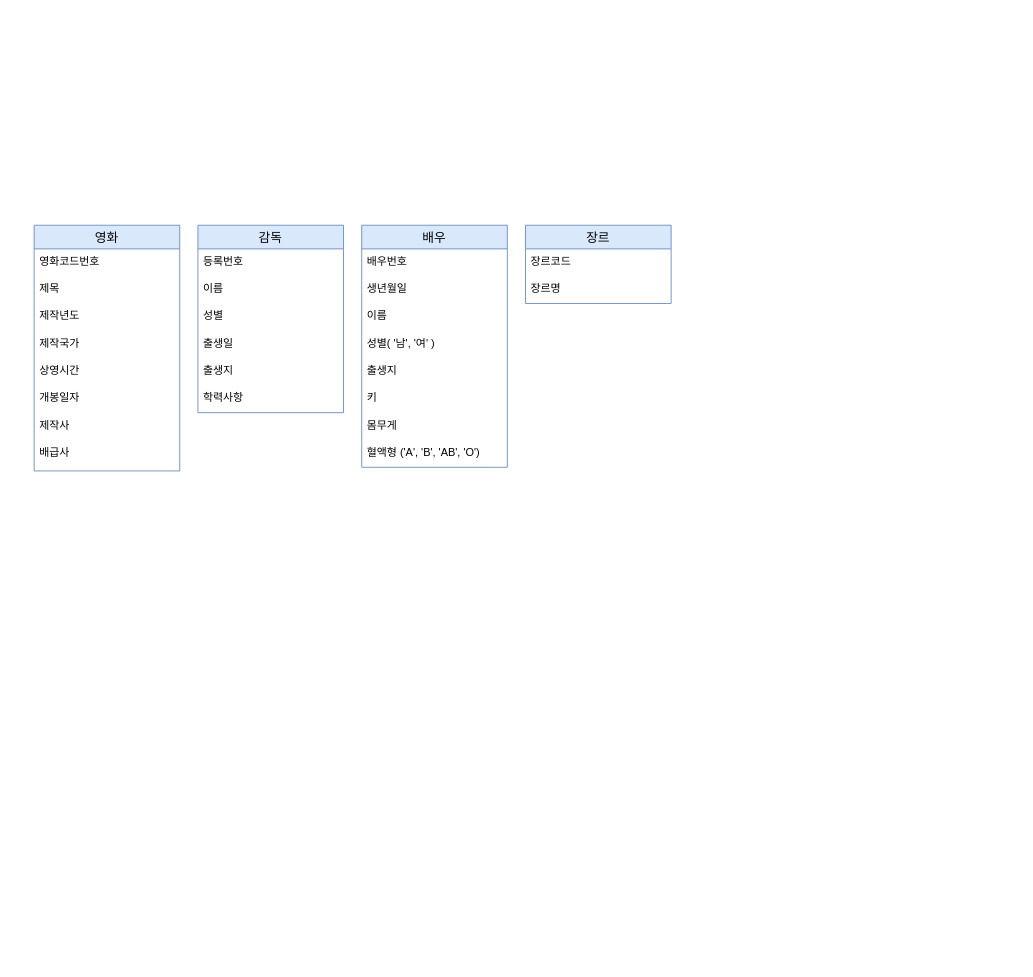
Above: Database/DB system Course/ER Diagram.drawio in Deanioche/TIL (draw.io), before the change. Source tidied: cells renumbered, new cells numbered last; positions are measured from the earlier drawing's top-left corner, leaving out a move shared by most shapes. Both pictures are drawn from the tidied source at 91%, with x=0, y=0 at pixel (34, 225).
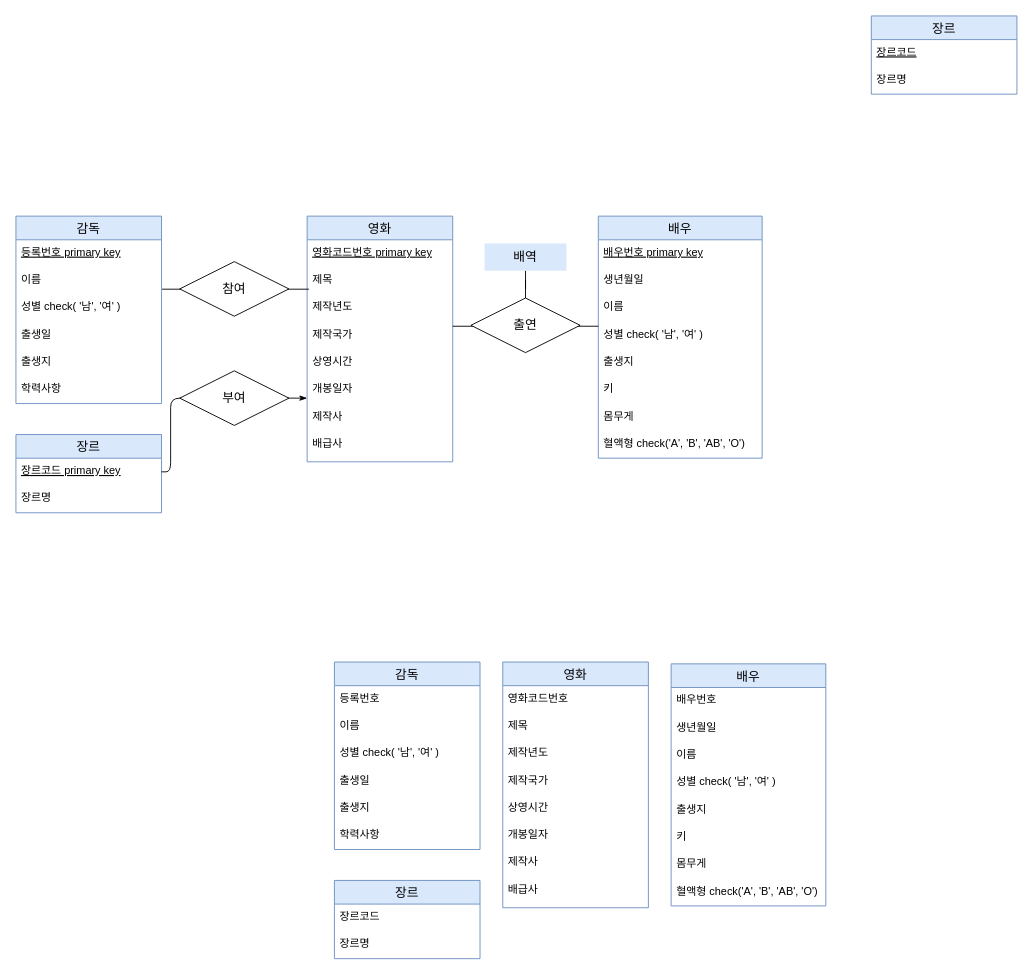
The same page after the edit.

The change refers to these unchanged cells:
```xml
<mxCell id="4" value="제목" style="text;strokeColor=none;fillColor=none;spacingLeft=4;spacingRight=4;overflow=hidden;points=[[0,0.5],[1,0.5]];portConstraint=eastwest;fontSize=12;" parent="2" vertex="1">
  <mxGeometry y="56" width="160" height="30" as="geometry" />
</mxCell>
<mxCell id="13" value="이름" style="text;strokeColor=none;fillColor=none;spacingLeft=4;spacingRight=4;overflow=hidden;points=[[0,0.5],[1,0.5]];portConstraint=eastwest;fontSize=12;" parent="11" vertex="1">
  <mxGeometry y="56" width="160" height="30" as="geometry" />
</mxCell>
```

Change to the diagram source:
```diff
@@
     <mxCell id="2" value="영화" style="swimlane;fontStyle=0;horizontal=1;startSize=26;align=center;fontSize=14;swimlaneLine=1;sketch=0;fillColor=#dae8fc;strokeColor=#6c8ebf;strokeWidth=1;perimeterSpacing=0;swimlaneFillColor=#ffffff;" parent="1" vertex="1">
-      <mxGeometry width="160" height="270" as="geometry" />
+      <mxGeometry x="300" y="-10" width="160" height="270" as="geometry" />
     </mxCell>
-    <mxCell id="3" value="영화코드번호" style="text;strokeColor=none;fillColor=none;spacingLeft=4;spacingRight=4;overflow=hidden;fontSize=12;" parent="2" vertex="1">
+    <mxCell id="3" value="영화코드번호 primary key" style="text;strokeColor=none;fillColor=none;spacingLeft=4;spacingRight=4;overflow=hidden;fontSize=12;fontStyle=4;" parent="2" vertex="1">
       <mxGeometry y="26" width="160" height="30" as="geometry" />
     </mxCell>
@@
     <mxCell id="11" value="감독" style="swimlane;fontStyle=0;horizontal=1;startSize=26;align=center;fontSize=14;swimlaneLine=1;sketch=0;fillColor=#dae8fc;strokeColor=#6c8ebf;strokeWidth=1;perimeterSpacing=0;swimlaneFillColor=#ffffff;" parent="1" vertex="1">
-      <mxGeometry x="180" width="160" height="206" as="geometry" />
+      <mxGeometry x="-20" y="-10" width="160" height="206" as="geometry" />
     </mxCell>
-    <mxCell id="12" value="등록번호" style="text;strokeColor=none;fillColor=none;spacingLeft=4;spacingRight=4;overflow=hidden;fontSize=12;" parent="11" vertex="1">
+    <mxCell id="12" value="등록번호 primary key" style="text;strokeColor=none;fillColor=none;spacingLeft=4;spacingRight=4;overflow=hidden;fontSize=12;fontStyle=4;" parent="11" vertex="1">
       <mxGeometry y="26" width="160" height="30" as="geometry" />
     </mxCell>
@@
-    <mxCell id="14" value="성별&#10;" style="text;strokeColor=none;fillColor=none;spacingLeft=4;spacingRight=4;overflow=hidden;fontSize=12;" parent="11" vertex="1">
+    <mxCell id="14" value="성별 check( '남', '여' )" style="text;strokeColor=none;fillColor=none;spacingLeft=4;spacingRight=4;overflow=hidden;fontSize=12;" parent="11" vertex="1">
       <mxGeometry y="86" width="160" height="30" as="geometry" />
     </mxCell>
@@
     <mxCell id="18" value="배우" style="swimlane;fontStyle=0;horizontal=1;startSize=26;align=center;fontSize=14;swimlaneLine=1;sketch=0;fillColor=#dae8fc;strokeColor=#6c8ebf;strokeWidth=1;perimeterSpacing=0;swimlaneFillColor=#ffffff;" parent="1" vertex="1">
-      <mxGeometry x="360" width="160" height="266" as="geometry" />
+      <mxGeometry x="620" y="-10" width="180" height="266" as="geometry" />
     </mxCell>
-    <mxCell id="19" value="배우번호" style="text;strokeColor=none;fillColor=none;spacingLeft=4;spacingRight=4;overflow=hidden;fontSize=12;" parent="18" vertex="1">
-      <mxGeometry y="26" width="160" height="30" as="geometry" />
+    <mxCell id="19" value="배우번호 primary key" style="text;strokeColor=none;fillColor=none;spacingLeft=4;spacingRight=4;overflow=hidden;fontSize=12;fontStyle=4;" parent="18" vertex="1">
+      <mxGeometry y="26" width="180" height="30" as="geometry" />
     </mxCell>
     <mxCell id="20" value="생년월일" style="text;strokeColor=none;fillColor=none;spacingLeft=4;spacingRight=4;overflow=hidden;fontSize=12;" parent="18" vertex="1">
-      <mxGeometry y="56" width="160" height="30" as="geometry" />
+      <mxGeometry y="56" width="180" height="30" as="geometry" />
     </mxCell>
     <mxCell id="21" value="이름&#10;" style="text;strokeColor=none;fillColor=none;spacingLeft=4;spacingRight=4;overflow=hidden;fontSize=12;" parent="18" vertex="1">
-      <mxGeometry y="86" width="160" height="30" as="geometry" />
+      <mxGeometry y="86" width="180" height="30" as="geometry" />
     </mxCell>
-    <mxCell id="22" value="성별( '남', '여' )" style="text;strokeColor=none;fillColor=none;spacingLeft=4;spacingRight=4;overflow=hidden;fontSize=12;" parent="18" vertex="1">
-      <mxGeometry y="116" width="160" height="30" as="geometry" />
+    <mxCell id="22" value="성별 check( '남', '여' )" style="text;strokeColor=none;fillColor=none;spacingLeft=4;spacingRight=4;overflow=hidden;fontSize=12;" parent="18" vertex="1">
+      <mxGeometry y="116" width="180" height="30" as="geometry" />
     </mxCell>
     <mxCell id="23" value="출생지&#10;" style="text;strokeColor=none;fillColor=none;spacingLeft=4;spacingRight=4;overflow=hidden;fontSize=12;" parent="18" vertex="1">
-      <mxGeometry y="146" width="160" height="30" as="geometry" />
+      <mxGeometry y="146" width="180" height="30" as="geometry" />
     </mxCell>
     <mxCell id="24" value="키&#10;" style="text;strokeColor=none;fillColor=none;spacingLeft=4;spacingRight=4;overflow=hidden;fontSize=12;" parent="18" vertex="1">
-      <mxGeometry y="176" width="160" height="30" as="geometry" />
+      <mxGeometry y="176" width="180" height="30" as="geometry" />
     </mxCell>
     <mxCell id="25" value="몸무게&#10;" style="text;strokeColor=none;fillColor=none;spacingLeft=4;spacingRight=4;overflow=hidden;fontSize=12;" parent="18" vertex="1">
-      <mxGeometry y="206" width="160" height="30" as="geometry" />
+      <mxGeometry y="206" width="180" height="30" as="geometry" />
     </mxCell>
-    <mxCell id="26" value="혈액형 ('A', 'B', 'AB', 'O')" style="text;strokeColor=none;fillColor=none;spacingLeft=4;spacingRight=4;overflow=hidden;fontSize=12;" parent="18" vertex="1">
-      <mxGeometry y="236" width="160" height="30" as="geometry" />
+    <mxCell id="26" value="혈액형 check('A', 'B', 'AB', 'O')" style="text;strokeColor=none;fillColor=none;spacingLeft=4;spacingRight=4;overflow=hidden;fontSize=12;" parent="18" vertex="1">
+      <mxGeometry y="236" width="180" height="30" as="geometry" />
     </mxCell>
     <mxCell id="27" value="장르" style="swimlane;fontStyle=0;horizontal=1;startSize=26;align=center;fontSize=14;swimlaneLine=1;sketch=0;fillColor=#dae8fc;strokeColor=#6c8ebf;strokeWidth=1;perimeterSpacing=0;swimlaneFillColor=#ffffff;" parent="1" vertex="1">
-      <mxGeometry x="540" width="160" height="86" as="geometry" />
+      <mxGeometry x="920" y="-230" width="160" height="86" as="geometry" />
     </mxCell>
-    <mxCell id="28" value="장르코드" style="text;strokeColor=none;fillColor=none;spacingLeft=4;spacingRight=4;overflow=hidden;fontSize=12;" parent="27" vertex="1">
+    <mxCell id="28" value="장르코드" style="text;strokeColor=none;fillColor=none;spacingLeft=4;spacingRight=4;overflow=hidden;fontSize=12;fontStyle=4;" parent="27" vertex="1">
       <mxGeometry y="26" width="160" height="30" as="geometry" />
     </mxCell>
@@
+    <mxCell id="30" style="endArrow=none;html=1;fontSize=14;startSize=26;exitX=1;exitY=0.5;exitDx=0;exitDy=0;" parent="1" edge="1">
+      <mxGeometry relative="1" as="geometry">
+        <mxPoint x="460" y="111" as="sourcePoint" />
+        <mxPoint x="620" y="111" as="targetPoint" />
+      </mxGeometry>
+    </mxCell>
+    <mxCell id="31" value="출연" style="shape=rhombus;perimeter=rhombusPerimeter;whiteSpace=wrap;html=1;align=center;sketch=0;fontSize=14;startSize=26;strokeWidth=1;" parent="1" vertex="1">
+      <mxGeometry x="480" y="80" width="120" height="60" as="geometry" />
+    </mxCell>
+    <mxCell id="32" style="edgeStyle=orthogonalEdgeStyle;rounded=0;jettySize=auto;html=1;fontSize=14;startSize=26;endArrow=none;endFill=0;" parent="1" edge="1" source="33" target="31">
+      <mxGeometry relative="1" as="geometry" />
+    </mxCell>
+    <mxCell id="33" value="배역" style="rounded=0;whiteSpace=wrap;html=1;sketch=0;fontSize=14;startSize=26;strokeWidth=1;align=center;fillColor=#dae8fc;strokeColor=none;" parent="1" vertex="1">
+      <mxGeometry x="495" y="20" width="90" height="30" as="geometry" />
+    </mxCell>
+    <mxCell id="34" value="장르" style="swimlane;fontStyle=0;horizontal=1;startSize=26;align=center;fontSize=14;swimlaneLine=1;sketch=0;fillColor=#dae8fc;strokeColor=#6c8ebf;strokeWidth=1;perimeterSpacing=0;swimlaneFillColor=#ffffff;" parent="1" vertex="1">
+      <mxGeometry x="-20" y="230" width="160" height="86" as="geometry" />
+    </mxCell>
+    <mxCell id="35" value="장르코드 primary key" style="text;strokeColor=none;fillColor=none;spacingLeft=4;spacingRight=4;overflow=hidden;points=[[0,0.5],[1,0.5]];portConstraint=eastwest;fontSize=12;fontStyle=4;" parent="34" vertex="1">
+      <mxGeometry y="26" width="160" height="30" as="geometry" />
+    </mxCell>
+    <mxCell id="36" value="장르명" style="text;strokeColor=none;fillColor=none;spacingLeft=4;spacingRight=4;overflow=hidden;fontSize=12;" parent="34" vertex="1">
+      <mxGeometry y="56" width="160" height="30" as="geometry" />
+    </mxCell>
+    <mxCell id="37" style="endArrow=none;html=1;fontSize=14;startSize=26;exitX=1.004;exitY=0.81;exitDx=0;exitDy=0;exitPerimeter=0;entryX=0.012;entryY=0.81;entryDx=0;entryDy=0;entryPerimeter=0;" parent="1" edge="1" source="13" target="4">
+      <mxGeometry relative="1" as="geometry" />
+    </mxCell>
+    <mxCell id="38" value="참여" style="shape=rhombus;perimeter=rhombusPerimeter;whiteSpace=wrap;html=1;align=center;sketch=0;fontSize=14;startSize=26;strokeWidth=1;" parent="1" vertex="1">
+      <mxGeometry x="160" y="40" width="120" height="60" as="geometry" />
+    </mxCell>
+    <mxCell id="39" style="endArrow=none;html=1;fontSize=14;startSize=6;entryX=1;entryY=0.5;entryDx=0;entryDy=0;endFill=0;startArrow=classicThin;startFill=1;" parent="1" edge="1" target="35">
+      <mxGeometry relative="1" as="geometry">
+        <mxPoint x="300" y="190" as="sourcePoint" />
+        <Array as="points">
+          <mxPoint x="150" y="190" />
+          <mxPoint x="150" y="271" />
+        </Array>
+      </mxGeometry>
+    </mxCell>
+    <mxCell id="40" value="부여" style="shape=rhombus;perimeter=rhombusPerimeter;whiteSpace=wrap;html=1;align=center;sketch=0;fontSize=14;startSize=26;strokeWidth=1;" parent="1" vertex="1">
+      <mxGeometry x="160" y="160" width="120" height="60" as="geometry" />
+    </mxCell>
+    <mxCell id="41" value="영화" style="swimlane;fontStyle=0;horizontal=1;startSize=26;align=center;fontSize=14;swimlaneLine=1;sketch=0;fillColor=#dae8fc;strokeColor=#6c8ebf;strokeWidth=1;perimeterSpacing=0;swimlaneFillColor=#ffffff;" parent="1" vertex="1">
+      <mxGeometry x="515" y="480" width="160" height="270" as="geometry" />
+    </mxCell>
+    <mxCell id="42" value="영화코드번호" style="text;strokeColor=none;fillColor=none;spacingLeft=4;spacingRight=4;overflow=hidden;fontSize=12;fontStyle=0;" parent="41" vertex="1">
+      <mxGeometry y="26" width="160" height="30" as="geometry" />
+    </mxCell>
+    <mxCell id="43" value="제목" style="text;strokeColor=none;fillColor=none;spacingLeft=4;spacingRight=4;overflow=hidden;fontSize=12;" parent="41" vertex="1">
+      <mxGeometry y="56" width="160" height="30" as="geometry" />
+    </mxCell>
+    <mxCell id="44" value="제작년도" style="text;strokeColor=none;fillColor=none;spacingLeft=4;spacingRight=4;overflow=hidden;fontSize=12;" parent="41" vertex="1">
+      <mxGeometry y="86" width="160" height="30" as="geometry" />
+    </mxCell>
+    <mxCell id="45" value="제작국가" style="text;strokeColor=none;fillColor=none;spacingLeft=4;spacingRight=4;overflow=hidden;fontSize=12;" parent="41" vertex="1">
+      <mxGeometry y="116" width="160" height="30" as="geometry" />
+    </mxCell>
+    <mxCell id="46" value="상영시간&#10;" style="text;strokeColor=none;fillColor=none;spacingLeft=4;spacingRight=4;overflow=hidden;fontSize=12;" parent="41" vertex="1">
+      <mxGeometry y="146" width="160" height="30" as="geometry" />
+    </mxCell>
+    <mxCell id="47" value="개봉일자&#10;" style="text;strokeColor=none;fillColor=none;spacingLeft=4;spacingRight=4;overflow=hidden;fontSize=12;" parent="41" vertex="1">
+      <mxGeometry y="176" width="160" height="30" as="geometry" />
+    </mxCell>
+    <mxCell id="48" value="제작사&#10;" style="text;strokeColor=none;fillColor=none;spacingLeft=4;spacingRight=4;overflow=hidden;fontSize=12;" parent="41" vertex="1">
+      <mxGeometry y="206" width="160" height="30" as="geometry" />
+    </mxCell>
+    <mxCell id="49" value="배급사" style="text;strokeColor=none;fillColor=none;spacingLeft=4;spacingRight=4;overflow=hidden;fontSize=12;" parent="41" vertex="1">
+      <mxGeometry y="236" width="160" height="34" as="geometry" />
+    </mxCell>
+    <mxCell id="50" value="감독" style="swimlane;fontStyle=0;horizontal=1;startSize=26;align=center;fontSize=14;swimlaneLine=1;sketch=0;fillColor=#dae8fc;strokeColor=#6c8ebf;strokeWidth=1;perimeterSpacing=0;swimlaneFillColor=#ffffff;" parent="1" vertex="1">
+      <mxGeometry x="330" y="480" width="160" height="206" as="geometry" />
+    </mxCell>
+    <mxCell id="51" value="등록번호" style="text;strokeColor=none;fillColor=none;spacingLeft=4;spacingRight=4;overflow=hidden;fontSize=12;fontStyle=0;" parent="50" vertex="1">
+      <mxGeometry y="26" width="160" height="30" as="geometry" />
+    </mxCell>
+    <mxCell id="52" value="이름" style="text;strokeColor=none;fillColor=none;spacingLeft=4;spacingRight=4;overflow=hidden;fontSize=12;" parent="50" vertex="1">
+      <mxGeometry y="56" width="160" height="30" as="geometry" />
+    </mxCell>
+    <mxCell id="53" value="성별 check( '남', '여' )" style="text;strokeColor=none;fillColor=none;spacingLeft=4;spacingRight=4;overflow=hidden;fontSize=12;" parent="50" vertex="1">
+      <mxGeometry y="86" width="160" height="30" as="geometry" />
+    </mxCell>
+    <mxCell id="54" value="출생일" style="text;strokeColor=none;fillColor=none;spacingLeft=4;spacingRight=4;overflow=hidden;fontSize=12;" parent="50" vertex="1">
+      <mxGeometry y="116" width="160" height="30" as="geometry" />
+    </mxCell>
+    <mxCell id="55" value="출생지&#10;" style="text;strokeColor=none;fillColor=none;spacingLeft=4;spacingRight=4;overflow=hidden;fontSize=12;" parent="50" vertex="1">
+      <mxGeometry y="146" width="160" height="30" as="geometry" />
+    </mxCell>
+    <mxCell id="56" value="학력사항&#10;" style="text;strokeColor=none;fillColor=none;spacingLeft=4;spacingRight=4;overflow=hidden;fontSize=12;" parent="50" vertex="1">
+      <mxGeometry y="176" width="160" height="30" as="geometry" />
+    </mxCell>
+    <mxCell id="57" value="배우" style="swimlane;fontStyle=0;horizontal=1;startSize=26;align=center;fontSize=14;swimlaneLine=1;sketch=0;fillColor=#dae8fc;strokeColor=#6c8ebf;strokeWidth=1;perimeterSpacing=0;swimlaneFillColor=#ffffff;" parent="1" vertex="1">
+      <mxGeometry x="700" y="482" width="170" height="266" as="geometry" />
+    </mxCell>
+    <mxCell id="58" value="배우번호" style="text;strokeColor=none;fillColor=none;spacingLeft=4;spacingRight=4;overflow=hidden;fontSize=12;fontStyle=0;" parent="57" vertex="1">
+      <mxGeometry y="26" width="170" height="30" as="geometry" />
+    </mxCell>
+    <mxCell id="59" value="생년월일" style="text;strokeColor=none;fillColor=none;spacingLeft=4;spacingRight=4;overflow=hidden;fontSize=12;" parent="57" vertex="1">
+      <mxGeometry y="56" width="170" height="30" as="geometry" />
+    </mxCell>
+    <mxCell id="60" value="이름&#10;" style="text;strokeColor=none;fillColor=none;spacingLeft=4;spacingRight=4;overflow=hidden;fontSize=12;" parent="57" vertex="1">
+      <mxGeometry y="86" width="170" height="30" as="geometry" />
+    </mxCell>
+    <mxCell id="61" value="성별 check( '남', '여' )" style="text;strokeColor=none;fillColor=none;spacingLeft=4;spacingRight=4;overflow=hidden;fontSize=12;" parent="57" vertex="1">
+      <mxGeometry y="116" width="170" height="30" as="geometry" />
+    </mxCell>
+    <mxCell id="62" value="출생지&#10;" style="text;strokeColor=none;fillColor=none;spacingLeft=4;spacingRight=4;overflow=hidden;fontSize=12;" parent="57" vertex="1">
+      <mxGeometry y="146" width="170" height="30" as="geometry" />
+    </mxCell>
+    <mxCell id="63" value="키&#10;" style="text;strokeColor=none;fillColor=none;spacingLeft=4;spacingRight=4;overflow=hidden;fontSize=12;" parent="57" vertex="1">
+      <mxGeometry y="176" width="170" height="30" as="geometry" />
+    </mxCell>
+    <mxCell id="64" value="몸무게&#10;" style="text;strokeColor=none;fillColor=none;spacingLeft=4;spacingRight=4;overflow=hidden;fontSize=12;" parent="57" vertex="1">
+      <mxGeometry y="206" width="170" height="30" as="geometry" />
+    </mxCell>
+    <mxCell id="65" value="혈액형 check('A', 'B', 'AB', 'O')" style="text;strokeColor=none;fillColor=none;spacingLeft=4;spacingRight=4;overflow=hidden;fontSize=12;" parent="57" vertex="1">
+      <mxGeometry y="236" width="170" height="30" as="geometry" />
+    </mxCell>
+    <mxCell id="66" value="장르" style="swimlane;fontStyle=0;horizontal=1;startSize=26;align=center;fontSize=14;swimlaneLine=1;sketch=0;fillColor=#dae8fc;strokeColor=#6c8ebf;strokeWidth=1;perimeterSpacing=0;swimlaneFillColor=#ffffff;" parent="1" vertex="1">
+      <mxGeometry x="330" y="720" width="160" height="86" as="geometry" />
+    </mxCell>
+    <mxCell id="67" value="장르코드" style="text;strokeColor=none;fillColor=none;spacingLeft=4;spacingRight=4;overflow=hidden;fontSize=12;fontStyle=0;" parent="66" vertex="1">
+      <mxGeometry y="26" width="160" height="30" as="geometry" />
+    </mxCell>
+    <mxCell id="68" value="장르명" style="text;strokeColor=none;fillColor=none;spacingLeft=4;spacingRight=4;overflow=hidden;fontSize=12;" parent="66" vertex="1">
+      <mxGeometry y="56" width="160" height="30" as="geometry" />
+    </mxCell>
```
